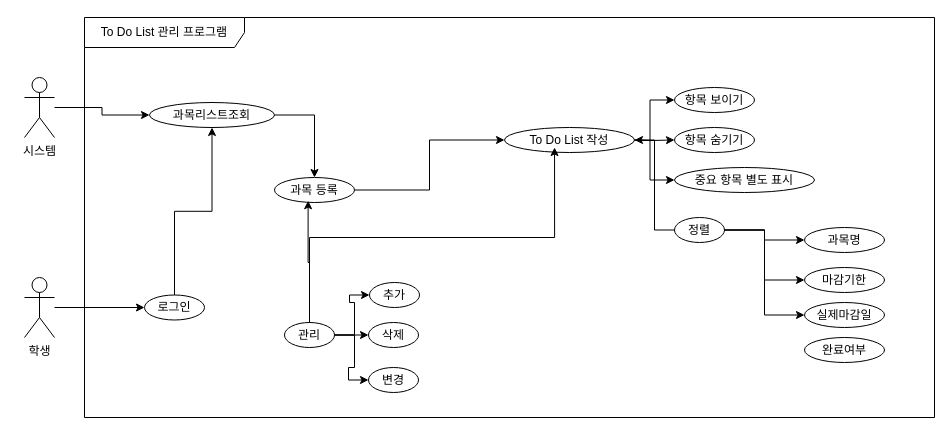
Before: doc/02_RA/Team2/ToDoList관리프로그램_team2.drawio in eunbi-kim/24_2_W_SeProj, a draw.io diagram. Source tidied: cells renumbered, new cells numbered last; positions are measured from the earlier drawing's top-left corner, leaving out a move shared by most shapes. Both pictures are drawn from the tidied source at 100%, with x=0, y=0 at pixel (24, 17).
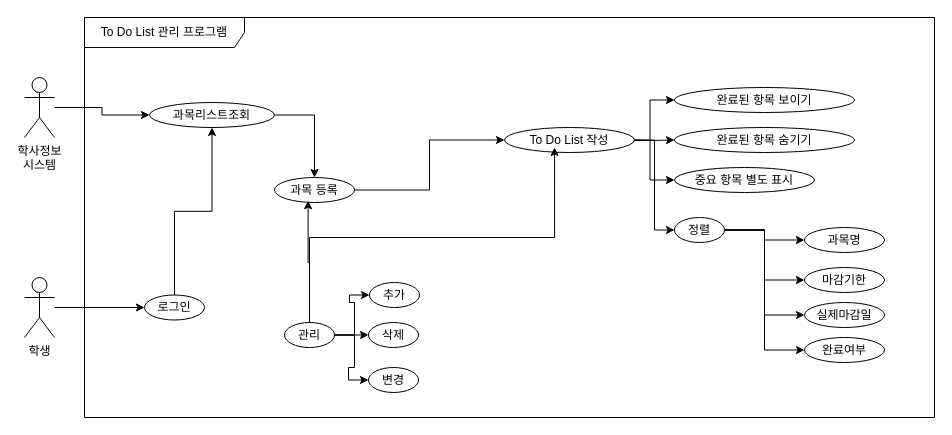
Above is the later version.

Commit message:
ToDoList관리프로그램_team2.drawio이 추가되었습니다.

The change refers to these unchanged cells:
```xml
<mxCell id="4" value="To Do List 관리 프로그램" style="shape=umlFrame;whiteSpace=wrap;html=1;width=160;" parent="1" vertex="1">
  <mxGeometry x="60" width="850" height="400" as="geometry" />
</mxCell>
<mxCell id="12" value="To Do List 작성" style="ellipse;html=1;whiteSpace=wrap;" parent="4" vertex="1">
  <mxGeometry x="420" y="110" width="130" height="25" as="geometry" />
</mxCell>
<mxCell id="23" value="정렬" style="ellipse;html=1;whiteSpace=wrap;" parent="4" vertex="1">
  <mxGeometry x="590" y="200" width="50" height="25" as="geometry" />
</mxCell>
<mxCell id="27" value="완료여부" style="ellipse;html=1;whiteSpace=wrap;" parent="4" vertex="1">
  <mxGeometry x="720" y="320" width="80" height="25" as="geometry" />
</mxCell>
```

What changed in the source:
```diff
@@
+    <mxCell id="38" style="edgeStyle=orthogonalEdgeStyle;rounded=0;jettySize=auto;html=1;exitX=1;exitY=0.5;exitDx=0;exitDy=0;entryX=0;entryY=0.5;entryDx=0;entryDy=0;" parent="4" edge="1" source="12" target="23">
+      <mxGeometry relative="1" as="geometry" />
+    </mxCell>
@@
-    <mxCell id="13" value="항목 보이기" style="ellipse;html=1;whiteSpace=wrap;" parent="4" vertex="1">
-      <mxGeometry x="590" y="70" width="80" height="25" as="geometry" />
+    <mxCell id="13" value="완료된 항목 보이기" style="ellipse;html=1;whiteSpace=wrap;" parent="4" vertex="1">
+      <mxGeometry x="590" y="70" width="180" height="25" as="geometry" />
     </mxCell>
-    <mxCell id="14" value="항목 숨기기" style="ellipse;html=1;whiteSpace=wrap;" parent="4" vertex="1">
-      <mxGeometry x="590" y="110" width="80" height="25" as="geometry" />
+    <mxCell id="14" value="완료된 항목 숨기기" style="ellipse;html=1;whiteSpace=wrap;" parent="4" vertex="1">
+      <mxGeometry x="590" y="110" width="180" height="25" as="geometry" />
     </mxCell>
@@
-    <mxCell id="19" style="edgeStyle=orthogonalEdgeStyle;rounded=0;jettySize=auto;html=1;exitX=0;exitY=0.5;exitDx=0;exitDy=0;entryX=1;entryY=0.5;entryDx=0;entryDy=0;" parent="4" edge="1" source="23" target="12">
-      <mxGeometry relative="1" as="geometry" />
-    </mxCell>
@@
+    <mxCell id="39" style="edgeStyle=orthogonalEdgeStyle;rounded=0;jettySize=auto;html=1;exitX=1;exitY=0.5;exitDx=0;exitDy=0;entryX=0;entryY=0.5;entryDx=0;entryDy=0;" parent="4" edge="1" source="23" target="27">
+      <mxGeometry relative="1" as="geometry" />
+    </mxCell>
@@
-    <mxCell id="37" value="시스템" style="shape=umlActor;verticalLabelPosition=bottom;verticalAlign=top;html=1;outlineConnect=0;" parent="1" vertex="1">
+    <mxCell id="37" value="학사정보&lt;div&gt;시스템&lt;/div&gt;" style="shape=umlActor;verticalLabelPosition=bottom;verticalAlign=top;html=1;outlineConnect=0;" parent="1" vertex="1">
       <mxGeometry y="60" width="30" height="60" as="geometry" />
     </mxCell>
```
